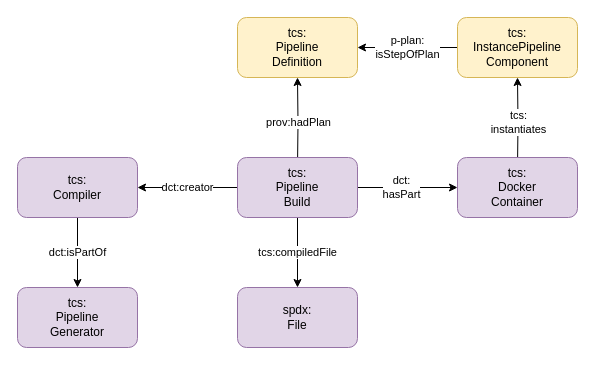
Earlier version of the draw.io diagram page "Pipeline Generator" (2 of 4) of semantic model/diagrams/diagrams.drawio (thcarsten/toolchain-specification). Source tidied: cells renumbered, new cells numbered last; positions are measured from the earlier drawing's top-left corner, leaving out a move shared by most shapes. Both pictures are drawn from the tidied source at 100%, with x=0, y=0 at pixel (17, 17).
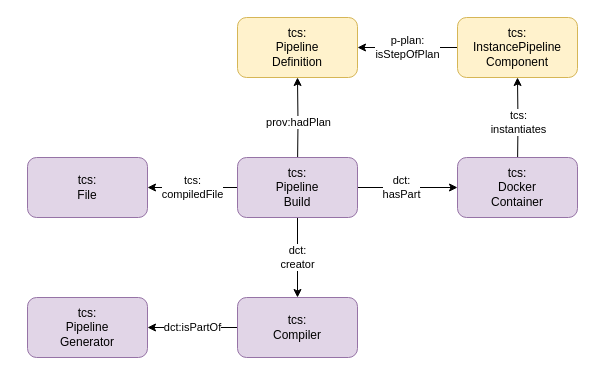
After the change.

Diff of the diagram source:
```diff
@@
 <mxGraphModel>
   <root>
     <mxCell id="0" />
     <mxCell id="1" parent="0" />
     <mxCell id="2" value="prov:hadPlan" style="edgeStyle=orthogonalEdgeStyle;rounded=0;jettySize=auto;html=1;exitX=0.5;exitY=0;exitDx=0;exitDy=0;entryX=0.5;entryY=1;entryDx=0;entryDy=0;" parent="1" edge="1" target="4">
       <mxGeometry relative="1" as="geometry">
         <mxPoint x="280" y="150" as="sourcePoint" />
       </mxGeometry>
     </mxCell>
     <mxCell id="3" value="tcs:&lt;div&gt;instantiates&lt;/div&gt;" style="edgeStyle=orthogonalEdgeStyle;rounded=0;jettySize=auto;html=1;exitX=0.5;exitY=0;exitDx=0;exitDy=0;entryX=0.5;entryY=1;entryDx=0;entryDy=0;" parent="1" edge="1" target="6">
       <mxGeometry relative="1" as="geometry">
         <mxPoint x="500" y="150" as="sourcePoint" />
       </mxGeometry>
     </mxCell>
     <mxCell id="4" value="tcs:&lt;div&gt;Pipeline&lt;div&gt;Definition&lt;/div&gt;&lt;/div&gt;" style="rounded=1;whiteSpace=wrap;html=1;fillColor=#fff2cc;strokeColor=#d6b656;" parent="1" vertex="1">
       <mxGeometry x="220" width="120" height="60" as="geometry" />
     </mxCell>
     <mxCell id="5" value="p-plan:&lt;div&gt;isStepOfPlan&lt;/div&gt;" style="edgeStyle=orthogonalEdgeStyle;rounded=0;jettySize=auto;html=1;exitX=0;exitY=0.5;exitDx=0;exitDy=0;entryX=1;entryY=0.5;entryDx=0;entryDy=0;" parent="1" edge="1" source="6" target="4">
       <mxGeometry relative="1" as="geometry" />
     </mxCell>
     <mxCell id="6" value="&lt;span style=&quot;background-color: transparent; color: light-dark(rgb(0, 0, 0), rgb(255, 255, 255));&quot;&gt;tcs:&lt;/span&gt;&lt;div&gt;&lt;span&gt;InstancePipeline&lt;/span&gt;&lt;div&gt;&lt;span&gt;Component&lt;/span&gt;&lt;span style=&quot;background-color: transparent; color: light-dark(rgb(0, 0, 0), rgb(255, 255, 255));&quot;&gt;&lt;br&gt;&lt;/span&gt;&lt;/div&gt;&lt;/div&gt;" style="rounded=1;whiteSpace=wrap;html=1;fillColor=#fff2cc;strokeColor=#d6b656;" parent="1" vertex="1">
       <mxGeometry x="440" width="120" height="60" as="geometry" />
     </mxCell>
     <mxCell id="7" value="dct:&lt;div&gt;hasPart&lt;/div&gt;" style="edgeStyle=orthogonalEdgeStyle;rounded=0;jettySize=auto;html=1;exitX=1;exitY=0.5;exitDx=0;exitDy=0;" parent="1" edge="1" source="10" target="11">
       <mxGeometry x="-0.13" relative="1" as="geometry" />
     </mxCell>
-    <mxCell id="8" value="tcs:compiledFile" style="edgeStyle=orthogonalEdgeStyle;rounded=0;jettySize=auto;html=1;exitX=0.5;exitY=1;exitDx=0;exitDy=0;entryX=0.5;entryY=0;entryDx=0;entryDy=0;" parent="1" edge="1" source="10" target="14">
-      <mxGeometry relative="1" as="geometry" />
-    </mxCell>
+    <mxCell id="16" value="tcs:&lt;div&gt;compiledFile&lt;/div&gt;" style="edgeStyle=orthogonalEdgeStyle;rounded=0;jettySize=auto;html=1;exitX=0;exitY=0.5;exitDx=0;exitDy=0;" parent="1" edge="1" source="10" target="17">
+      <mxGeometry relative="1" as="geometry" />
+    </mxCell>
-    <mxCell id="9" value="dct:creator" style="edgeStyle=orthogonalEdgeStyle;rounded=0;jettySize=auto;html=1;exitX=0;exitY=0.5;exitDx=0;exitDy=0;entryX=1;entryY=0.5;entryDx=0;entryDy=0;" parent="1" edge="1" source="10" target="13">
+    <mxCell id="9" value="dct:&lt;div&gt;creator&lt;/div&gt;" style="edgeStyle=orthogonalEdgeStyle;rounded=0;jettySize=auto;html=1;exitX=0.5;exitY=1;exitDx=0;exitDy=0;" parent="1" edge="1" source="10" target="13">
       <mxGeometry relative="1" as="geometry" />
     </mxCell>
     <mxCell id="10" value="tcs:&lt;div&gt;Pipeline&lt;div&gt;Build&lt;/div&gt;&lt;/div&gt;" style="rounded=1;whiteSpace=wrap;html=1;fillColor=#e1d5e7;strokeColor=#9673a6;" parent="1" vertex="1">
       <mxGeometry x="220" y="140" width="120" height="60" as="geometry" />
     </mxCell>
     <mxCell id="11" value="tcs:&lt;div&gt;Docker&lt;div&gt;Container&lt;/div&gt;&lt;/div&gt;" style="rounded=1;whiteSpace=wrap;html=1;fillColor=#e1d5e7;strokeColor=#9673a6;" parent="1" vertex="1">
       <mxGeometry x="440" y="140" width="120" height="60" as="geometry" />
     </mxCell>
+    <mxCell id="15" value="tcs:&lt;div&gt;Pipeline&lt;div&gt;Generator&lt;/div&gt;&lt;/div&gt;" style="rounded=1;whiteSpace=wrap;html=1;fillColor=#e1d5e7;strokeColor=#9673a6;" parent="1" vertex="1">
+      <mxGeometry x="10" y="280" width="120" height="60" as="geometry" />
+    </mxCell>
+    <mxCell id="17" value="tcs:&lt;div&gt;File&lt;/div&gt;" style="rounded=1;whiteSpace=wrap;html=1;fillColor=#e1d5e7;strokeColor=#9673a6;" parent="1" vertex="1">
+      <mxGeometry x="10" y="140" width="120" height="60" as="geometry" />
+    </mxCell>
-    <mxCell id="12" value="dct:isPartOf" style="edgeStyle=orthogonalEdgeStyle;rounded=0;jettySize=auto;html=1;exitX=0.5;exitY=1;exitDx=0;exitDy=0;entryX=0.5;entryY=0;entryDx=0;entryDy=0;" parent="1" edge="1" source="13" target="15">
+    <mxCell id="12" value="dct:isPartOf" style="edgeStyle=orthogonalEdgeStyle;rounded=0;jettySize=auto;html=1;exitX=0;exitY=0.5;exitDx=0;exitDy=0;" parent="1" edge="1" source="13" target="15">
       <mxGeometry relative="1" as="geometry" />
     </mxCell>
     <mxCell id="13" value="tcs:&lt;div&gt;Compiler&lt;/div&gt;" style="rounded=1;whiteSpace=wrap;html=1;fillColor=#e1d5e7;strokeColor=#9673a6;" parent="1" vertex="1">
-      <mxGeometry y="140" width="120" height="60" as="geometry" />
+      <mxGeometry x="220" y="280" width="120" height="60" as="geometry" />
     </mxCell>
-    <mxCell id="14" value="spdx:&lt;div&gt;File&lt;/div&gt;" style="rounded=1;whiteSpace=wrap;html=1;fillColor=#e1d5e7;strokeColor=#9673a6;" parent="1" vertex="1">
-      <mxGeometry x="220" y="270" width="120" height="60" as="geometry" />
-    </mxCell>
-    <mxCell id="15" value="tcs:&lt;div&gt;Pipeline&lt;div&gt;Generator&lt;/div&gt;&lt;/div&gt;" style="rounded=1;whiteSpace=wrap;html=1;fillColor=#e1d5e7;strokeColor=#9673a6;" parent="1" vertex="1">
-      <mxGeometry y="270" width="120" height="60" as="geometry" />
-    </mxCell>
   </root>
 </mxGraphModel>
```
